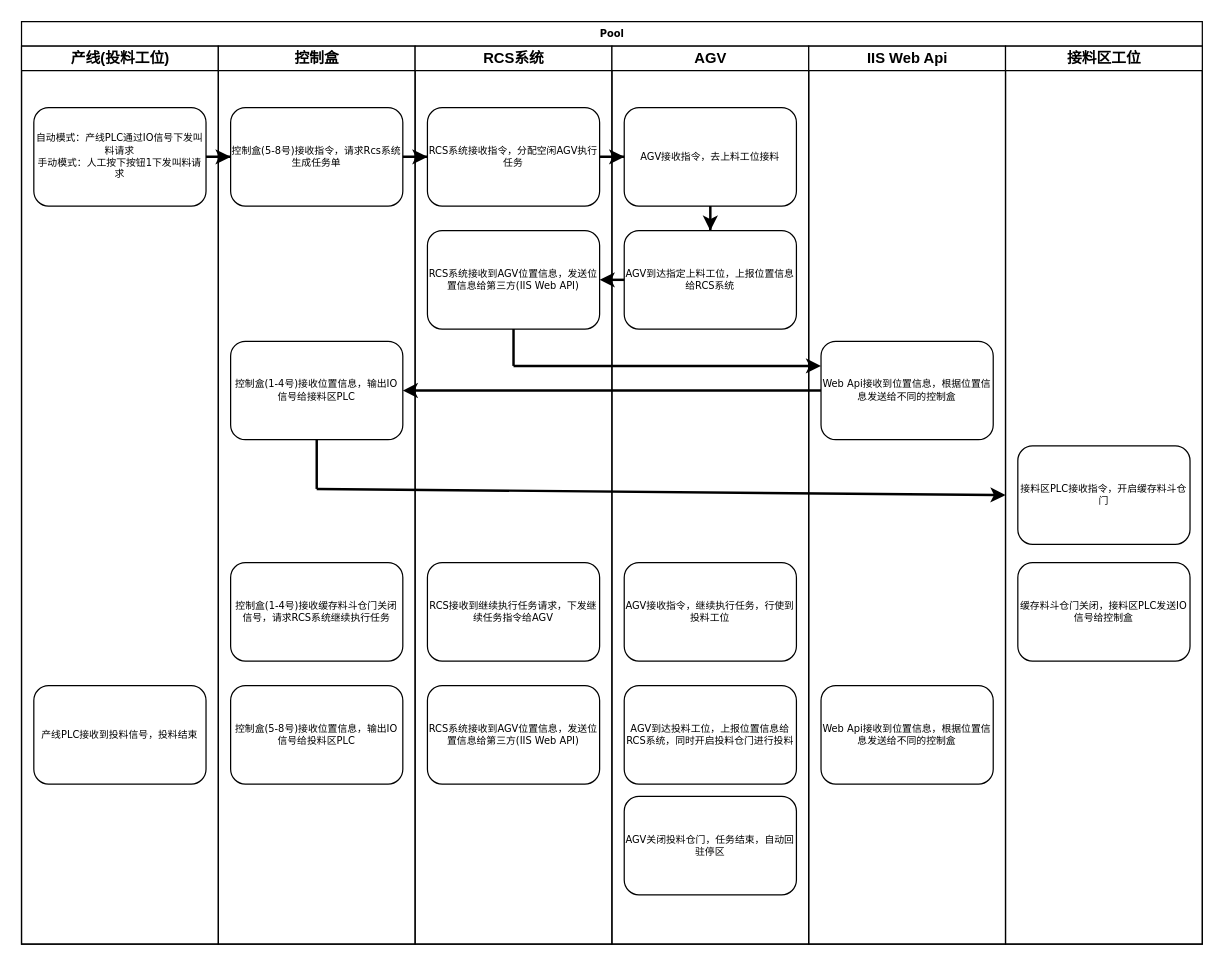
Before: data/0725逻辑图.drawio in chenyanxi/hosts, a draw.io diagram. Source tidied: cells renumbered, new cells numbered last; positions are measured from the earlier drawing's top-left corner, leaving out a move shared by most shapes. Both pictures are drawn from the tidied source at 123%, with x=0, y=0 at pixel (21, 21).
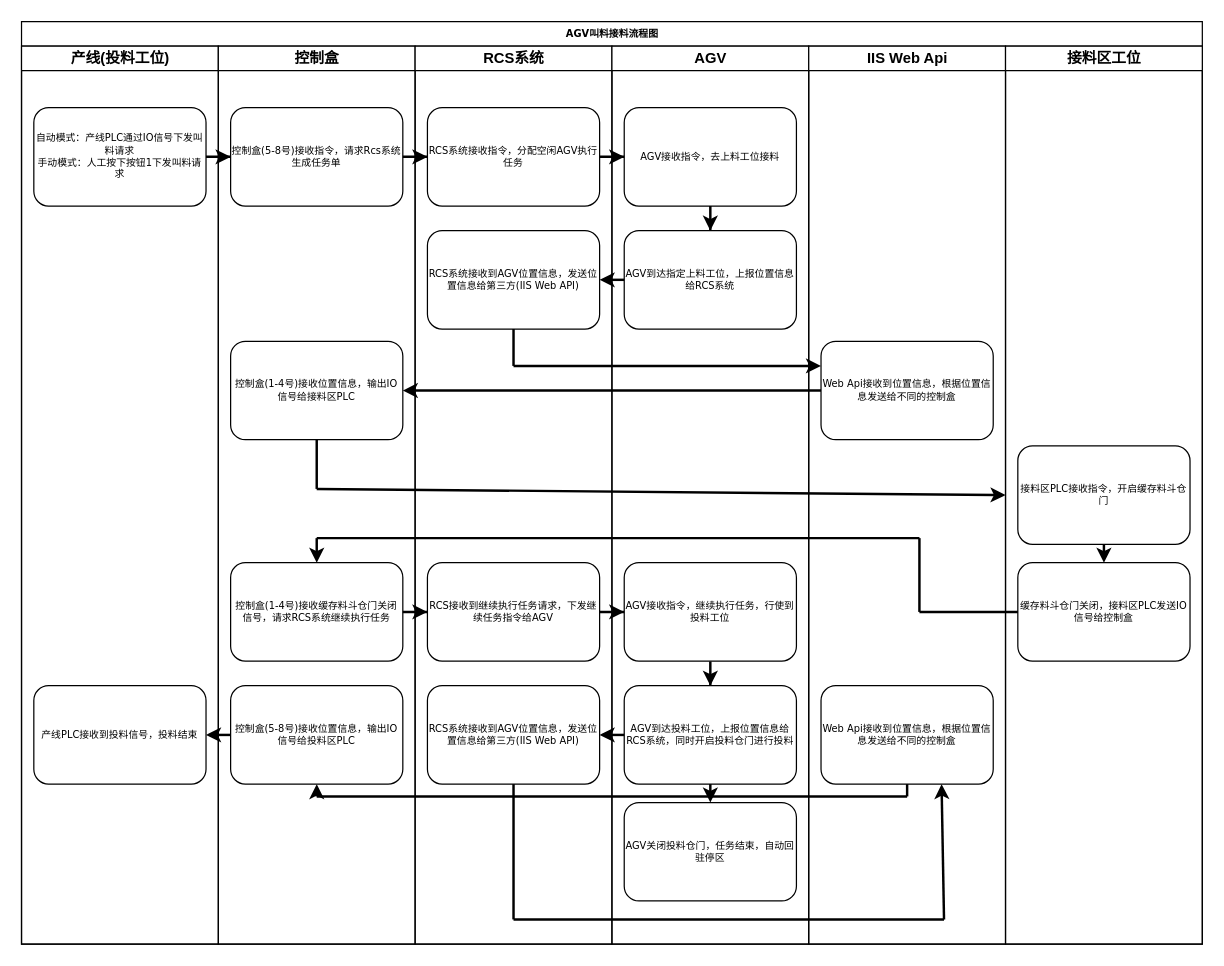
Above is the later version.

Commit message (it also covers changes not shown here):
更新0725逻辑图.drawio

The change refers to these unchanged cells:
```xml
<mxCell id="5" value="产线PLC接收到投料信号，投料结束" style="rounded=1;whiteSpace=wrap;html=1;shadow=0;labelBackgroundColor=none;strokeWidth=1;fontFamily=Verdana;fontSize=8;align=center;" parent="3" vertex="1">
  <mxGeometry x="10" y="520" width="140" height="80" as="geometry" />
</mxCell>
<mxCell id="9" value="控制盒(1-4号)接收缓存料斗仓门关闭信号，请求RCS系统继续执行任务" style="rounded=1;whiteSpace=wrap;html=1;shadow=0;labelBackgroundColor=none;strokeWidth=1;fontFamily=Verdana;fontSize=8;align=center;" parent="6" vertex="1">
  <mxGeometry x="10" y="420" width="140" height="80" as="geometry" />
</mxCell>
<mxCell id="10" value="控制盒(5-8号)接收位置信息，输出IO信号给投料区PLC" style="rounded=1;whiteSpace=wrap;html=1;shadow=0;labelBackgroundColor=none;strokeWidth=1;fontFamily=Verdana;fontSize=8;align=center;" parent="6" vertex="1">
  <mxGeometry x="10" y="520" width="140" height="80" as="geometry" />
</mxCell>
<mxCell id="14" value="RCS接收到继续执行任务请求，下发继续任务指令给AGV" style="rounded=1;whiteSpace=wrap;html=1;shadow=0;labelBackgroundColor=none;strokeWidth=1;fontFamily=Verdana;fontSize=8;align=center;" parent="11" vertex="1">
  <mxGeometry x="10" y="420" width="140" height="80" as="geometry" />
</mxCell>
<mxCell id="15" value="RCS系统接收到AGV位置信息，发送位置信息给第三方(IIS Web API)" style="rounded=1;whiteSpace=wrap;html=1;shadow=0;labelBackgroundColor=none;strokeWidth=1;fontFamily=Verdana;fontSize=8;align=center;" parent="11" vertex="1">
  <mxGeometry x="10" y="520" width="140" height="80" as="geometry" />
</mxCell>
<mxCell id="16" value="AGV" style="swimlane;html=1;startSize=20;" parent="2" vertex="1">
  <mxGeometry x="480" y="20" width="160" height="730" as="geometry" />
</mxCell>
<mxCell id="20" value="AGV接收指令，继续执行任务，行使到投料工位" style="rounded=1;whiteSpace=wrap;html=1;shadow=0;labelBackgroundColor=none;strokeWidth=1;fontFamily=Verdana;fontSize=8;align=center;" parent="16" vertex="1">
  <mxGeometry x="10" y="420" width="140" height="80" as="geometry" />
</mxCell>
<mxCell id="21" value="AGV到达投料工位，上报位置信息给RCS系统，同时开启投料仓门进行投料" style="rounded=1;whiteSpace=wrap;html=1;shadow=0;labelBackgroundColor=none;strokeWidth=1;fontFamily=Verdana;fontSize=8;align=center;" parent="16" vertex="1">
  <mxGeometry x="10" y="520" width="140" height="80" as="geometry" />
</mxCell>
<mxCell id="25" value="Web Api接收到位置信息，根据位置信息发送给不同的控制盒" style="rounded=1;whiteSpace=wrap;html=1;shadow=0;labelBackgroundColor=none;strokeWidth=1;fontFamily=Verdana;fontSize=8;align=center;" parent="23" vertex="1">
  <mxGeometry x="10" y="520" width="140" height="80" as="geometry" />
</mxCell>
<mxCell id="26" value="接料区工位" style="swimlane;html=1;startSize=20;" parent="2" vertex="1">
  <mxGeometry x="800" y="20" width="160" height="730" as="geometry" />
</mxCell>
<mxCell id="27" value="接料区PLC接收指令，开启缓存料斗仓门" style="rounded=1;whiteSpace=wrap;html=1;shadow=0;labelBackgroundColor=none;strokeWidth=1;fontFamily=Verdana;fontSize=8;align=center;" parent="26" vertex="1">
  <mxGeometry x="10" y="325" width="140" height="80" as="geometry" />
</mxCell>
<mxCell id="28" value="缓存料斗仓门关闭，接料区PLC发送IO信号给控制盒" style="rounded=1;whiteSpace=wrap;html=1;shadow=0;labelBackgroundColor=none;strokeWidth=1;fontFamily=Verdana;fontSize=8;align=center;" parent="26" vertex="1">
  <mxGeometry x="10" y="420" width="140" height="80" as="geometry" />
</mxCell>
```

What changed in the source:
```diff
@@
-    <mxCell id="2" value="Pool" style="swimlane;html=1;startSize=20;rounded=0;shadow=0;labelBackgroundColor=none;strokeWidth=1;fontFamily=Verdana;fontSize=8;align=center;" parent="1" vertex="1">
+    <mxCell id="2" value="AGV叫料接料流程图" style="swimlane;html=1;startSize=20;rounded=0;shadow=0;labelBackgroundColor=none;strokeWidth=1;fontFamily=Verdana;fontSize=8;align=center;" parent="1" vertex="1">
       <mxGeometry width="960" height="750" as="geometry" />
     </mxCell>
@@
+    <mxCell id="38" style="edgeStyle=orthogonalEdgeStyle;rounded=0;jettySize=auto;html=1;entryX=0.5;entryY=0;entryDx=0;entryDy=0;strokeWidth=2;" parent="16" edge="1" source="20" target="21">
+      <mxGeometry relative="1" as="geometry" />
+    </mxCell>
@@
     <mxCell id="22" value="AGV关闭投料仓门，任务结束，自动回驻停区" style="rounded=1;whiteSpace=wrap;html=1;shadow=0;labelBackgroundColor=none;strokeWidth=1;fontFamily=Verdana;fontSize=8;align=center;" parent="16" vertex="1">
-      <mxGeometry x="10" y="610" width="140" height="80" as="geometry" />
+      <mxGeometry x="10" y="615" width="140" height="80" as="geometry" />
     </mxCell>
+    <mxCell id="39" style="endArrow=classic;html=1;rounded=0;exitX=0.5;exitY=1;exitDx=0;exitDy=0;entryX=0.5;entryY=0;entryDx=0;entryDy=0;strokeWidth=2;" parent="16" edge="1" source="21" target="22">
+      <mxGeometry relative="1" as="geometry" />
+    </mxCell>
@@
+    <mxCell id="40" style="endArrow=classic;html=1;rounded=0;exitX=0.5;exitY=1;exitDx=0;exitDy=0;entryX=0.5;entryY=0;entryDx=0;entryDy=0;strokeWidth=2;" parent="26" edge="1" source="27" target="28">
+      <mxGeometry relative="1" as="geometry" />
+    </mxCell>
@@
+    <mxCell id="41" style="edgeStyle=orthogonalEdgeStyle;rounded=0;jettySize=auto;html=1;strokeWidth=2;" parent="2" edge="1" source="9" target="14">
+      <mxGeometry relative="1" as="geometry" />
+    </mxCell>
+    <mxCell id="42" style="edgeStyle=orthogonalEdgeStyle;rounded=0;jettySize=auto;html=1;strokeWidth=2;" parent="2" edge="1" source="14" target="20">
+      <mxGeometry relative="1" as="geometry" />
+    </mxCell>
+    <mxCell id="43" style="endArrow=classic;html=1;rounded=0;exitX=0;exitY=0.5;exitDx=0;exitDy=0;entryX=1;entryY=0.5;entryDx=0;entryDy=0;strokeWidth=2;" parent="2" edge="1" source="21" target="15">
+      <mxGeometry relative="1" as="geometry" />
+    </mxCell>
+    <mxCell id="44" style="endArrow=classic;html=1;rounded=0;exitX=0;exitY=0.5;exitDx=0;exitDy=0;entryX=1;entryY=0.5;entryDx=0;entryDy=0;strokeWidth=2;" parent="2" edge="1" source="10" target="5">
+      <mxGeometry relative="1" as="geometry" />
+    </mxCell>
@@
+    <mxCell id="45" style="endArrow=none;html=1;rounded=0;exitX=0;exitY=0.5;exitDx=0;exitDy=0;strokeWidth=2;" parent="1" edge="1" source="28">
+      <mxGeometry relative="1" as="geometry">
+        <mxPoint x="730" y="480" as="targetPoint" />
+      </mxGeometry>
+    </mxCell>
+    <mxCell id="46" style="endArrow=none;html=1;rounded=0;strokeWidth=2;" parent="1" edge="1">
+      <mxGeometry relative="1" as="geometry">
+        <mxPoint x="730" y="480" as="sourcePoint" />
+        <mxPoint x="730" y="420" as="targetPoint" />
+      </mxGeometry>
+    </mxCell>
+    <mxCell id="47" style="endArrow=none;html=1;rounded=0;strokeWidth=2;" parent="1" edge="1">
+      <mxGeometry relative="1" as="geometry">
+        <mxPoint x="730" y="420" as="sourcePoint" />
+        <mxPoint x="240" y="420" as="targetPoint" />
+      </mxGeometry>
+    </mxCell>
+    <mxCell id="48" style="endArrow=classic;html=1;rounded=0;strokeWidth=2;" parent="1" edge="1" target="9">
+      <mxGeometry relative="1" as="geometry">
+        <mxPoint x="240" y="420" as="sourcePoint" />
+      </mxGeometry>
+    </mxCell>
+    <mxCell id="49" style="endArrow=none;html=1;rounded=0;exitX=0.5;exitY=1;exitDx=0;exitDy=0;strokeWidth=2;" parent="1" edge="1" source="15">
+      <mxGeometry relative="1" as="geometry">
+        <mxPoint x="400" y="730" as="targetPoint" />
+      </mxGeometry>
+    </mxCell>
+    <mxCell id="50" style="endArrow=none;html=1;rounded=0;endSize=6;strokeWidth=2;" parent="1" edge="1">
+      <mxGeometry relative="1" as="geometry">
+        <mxPoint x="400" y="730" as="sourcePoint" />
+        <mxPoint x="750" y="730" as="targetPoint" />
+      </mxGeometry>
+    </mxCell>
+    <mxCell id="51" style="endArrow=classic;html=1;rounded=0;strokeWidth=2;entryX=0.7;entryY=1;entryDx=0;entryDy=0;entryPerimeter=0;" parent="1" edge="1" target="25">
+      <mxGeometry relative="1" as="geometry">
+        <mxPoint x="750" y="730" as="sourcePoint" />
+      </mxGeometry>
+    </mxCell>
+    <mxCell id="52" style="endArrow=none;html=1;rounded=0;exitX=0.5;exitY=1;exitDx=0;exitDy=0;strokeWidth=2;" parent="1" edge="1" source="25">
+      <mxGeometry relative="1" as="geometry">
+        <mxPoint x="720" y="630" as="targetPoint" />
+      </mxGeometry>
+    </mxCell>
+    <mxCell id="53" style="endArrow=none;html=1;rounded=0;strokeWidth=2;" parent="1" edge="1">
+      <mxGeometry relative="1" as="geometry">
+        <mxPoint x="720" y="630" as="sourcePoint" />
+        <mxPoint x="240" y="630" as="targetPoint" />
+      </mxGeometry>
+    </mxCell>
+    <mxCell id="54" style="endArrow=classic;html=1;rounded=0;entryX=0.5;entryY=1;entryDx=0;entryDy=0;strokeWidth=2;" parent="1" edge="1" target="10">
+      <mxGeometry relative="1" as="geometry">
+        <mxPoint x="240" y="630" as="sourcePoint" />
+      </mxGeometry>
+    </mxCell>
```
